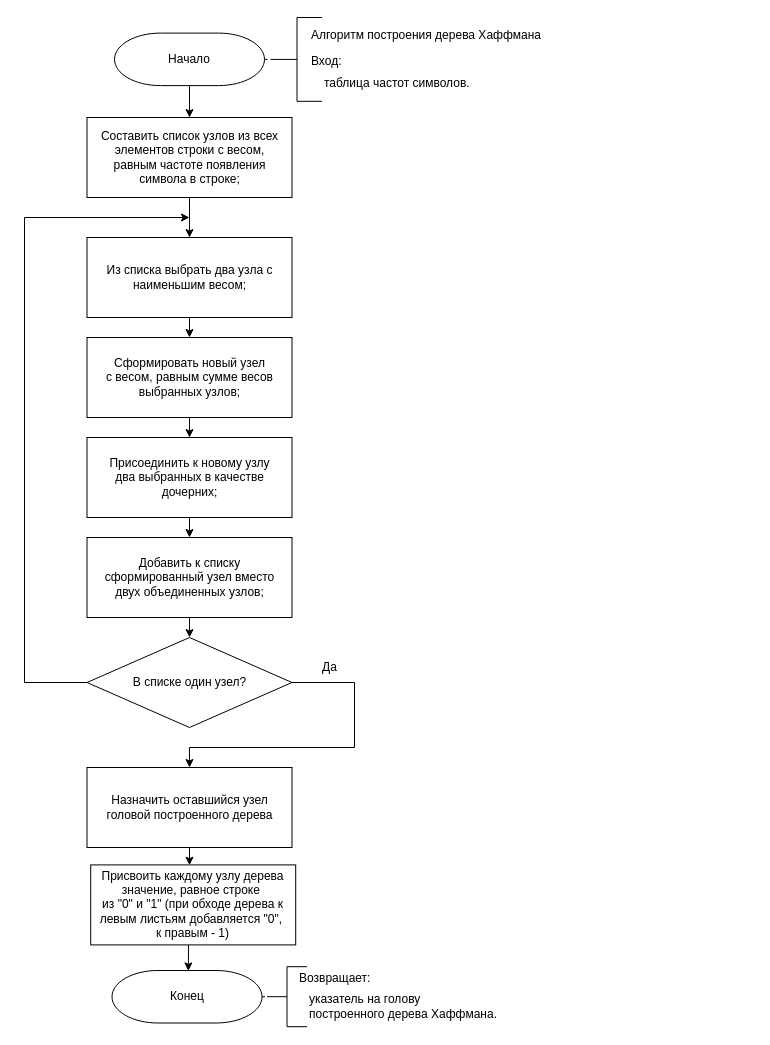
kovkir/bmstu-magistracy-diploma keeps this draw.io diagram as docs/schemes/tree.drawio. Above is the earlier version. Source tidied: cells renumbered, new cells numbered last; positions are measured from the earlier drawing's top-left corner, leaving out a move shared by most shapes. Both pictures are drawn from the tidied source at 100%, with x=0, y=0 at pixel (24, 17).
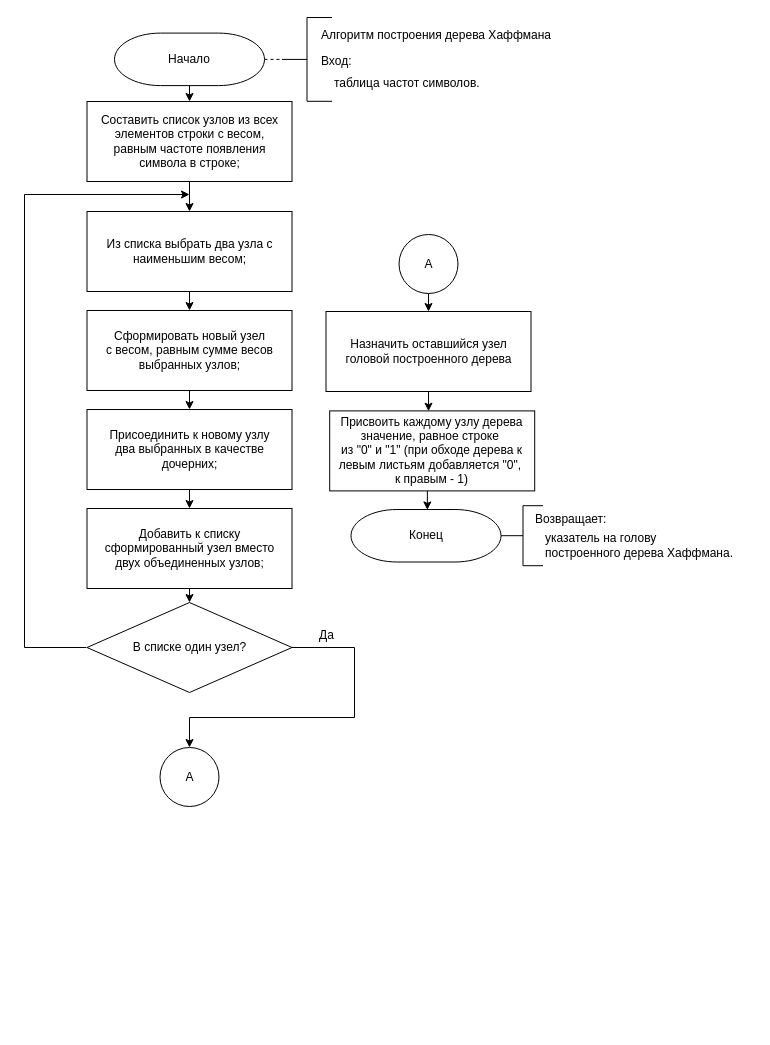
The same diagram, later.

Change to the diagram source:
```diff
@@
     <mxCell id="5" style="strokeWidth=1;html=1;shape=mxgraph.flowchart.annotation_2;align=left;labelPosition=right;strokeColor=default;fontSize=13;gradientColor=none;" parent="1" vertex="1">
-      <mxGeometry x="247.5" width="50" height="83.8" as="geometry" />
+      <mxGeometry x="257.5" width="50" height="83.8" as="geometry" />
     </mxCell>
     <mxCell id="6" value="&lt;span style=&quot;font-size: 12px;&quot;&gt;&lt;font style=&quot;color: rgb(0, 0, 0);&quot;&gt;Алгоритм построения дерева Хаффмана&lt;/font&gt;&lt;/span&gt;" style="text;html=1;align=left;verticalAlign=middle;strokeColor=none;fillColor=none;fontSize=13;strokeWidth=1;" parent="1" vertex="1">
-      <mxGeometry x="285" y="2.4" width="260" height="30" as="geometry" />
+      <mxGeometry x="295" y="2.4" width="260" height="30" as="geometry" />
     </mxCell>
     <mxCell id="7" value="Вход:" style="text;html=1;align=left;verticalAlign=middle;strokeColor=none;fillColor=none;fontSize=12;" parent="1" vertex="1">
-      <mxGeometry x="285" y="28.8" width="50" height="30" as="geometry" />
+      <mxGeometry x="295" y="28.8" width="50" height="30" as="geometry" />
     </mxCell>
     <mxCell id="8" value="таблица частот символов." style="text;html=1;align=left;verticalAlign=middle;strokeColor=none;fillColor=none;fontSize=12;" parent="1" vertex="1">
-      <mxGeometry x="297.5" y="51.3" width="170" height="30" as="geometry" />
+      <mxGeometry x="307.5" y="51.3" width="170" height="30" as="geometry" />
     </mxCell>
@@
     <mxCell id="10" value="Составить список узлов из всех элементов строки с весом, &lt;br&gt;равным частоте появления &lt;br&gt;символа в строке;" style="rounded=0;whiteSpace=wrap;html=1;strokeColor=default;strokeWidth=1;fontSize=12;gradientColor=none;" parent="1" vertex="1">
-      <mxGeometry x="62.5" y="100" width="205" height="80" as="geometry" />
+      <mxGeometry x="62.5" y="84" width="205" height="80" as="geometry" />
     </mxCell>
     <mxCell id="11" value="Конец" style="strokeWidth=1;html=1;shape=mxgraph.flowchart.terminator;whiteSpace=wrap;strokeColor=default;gradientColor=none;" parent="1" vertex="1">
-      <mxGeometry x="87.5" y="953" width="150" height="52.5" as="geometry" />
+      <mxGeometry x="326.5" y="492" width="150" height="52.5" as="geometry" />
     </mxCell>
@@
     <mxCell id="13" style="strokeWidth=1;html=1;shape=mxgraph.flowchart.annotation_2;align=left;labelPosition=right;strokeColor=default;fontSize=13;gradientColor=none;" parent="1" vertex="1">
-      <mxGeometry x="242.5" y="949.2" width="40" height="60" as="geometry" />
+      <mxGeometry x="478.5" y="488.2" width="40" height="60" as="geometry" />
     </mxCell>
     <mxCell id="14" value="Возвращает:" style="text;html=1;align=left;verticalAlign=middle;strokeColor=none;fillColor=none;fontSize=12;" parent="1" vertex="1">
-      <mxGeometry x="272.5" y="945.5" width="100" height="30" as="geometry" />
+      <mxGeometry x="508.5" y="486.5" width="100" height="30" as="geometry" />
     </mxCell>
     <mxCell id="15" value="указатель на голову&amp;nbsp;&lt;div&gt;&lt;font style=&quot;color: rgb(0, 0, 0);&quot;&gt;построенного дерева Хаффмана.&lt;/font&gt;&lt;/div&gt;" style="text;html=1;align=left;verticalAlign=middle;strokeColor=none;fillColor=none;fontSize=12;" parent="1" vertex="1">
-      <mxGeometry x="282.5" y="969.2" width="210" height="40" as="geometry" />
+      <mxGeometry x="518.5" y="508.2" width="210" height="40" as="geometry" />
     </mxCell>
@@
     <mxCell id="17" value="Из списка выбрать два узла с наименьшим весом;" style="rounded=0;whiteSpace=wrap;html=1;strokeColor=default;strokeWidth=1;fontSize=12;gradientColor=none;" parent="1" vertex="1">
-      <mxGeometry x="62.5" y="220" width="205" height="80" as="geometry" />
+      <mxGeometry x="62.5" y="194" width="205" height="80" as="geometry" />
     </mxCell>
@@
     <mxCell id="19" value="Сформировать новый узел &lt;br&gt;с весом, равным сумме весов выбранных узлов;" style="rounded=0;whiteSpace=wrap;html=1;strokeColor=default;strokeWidth=1;fontSize=12;gradientColor=none;" parent="1" vertex="1">
-      <mxGeometry x="62.5" y="320" width="205" height="80" as="geometry" />
+      <mxGeometry x="62.5" y="293" width="205" height="80" as="geometry" />
     </mxCell>
@@
     <mxCell id="21" value="Присоединить к новому узлу&lt;br&gt;два выбранных в качестве дочерних;" style="rounded=0;whiteSpace=wrap;html=1;strokeColor=default;strokeWidth=1;fontSize=12;gradientColor=none;" parent="1" vertex="1">
-      <mxGeometry x="62.5" y="420" width="205" height="80" as="geometry" />
+      <mxGeometry x="62.5" y="392" width="205" height="80" as="geometry" />
     </mxCell>
@@
     <mxCell id="23" value="Добавить к списку сформированный узел вместо &lt;br&gt;двух объединенных узлов;" style="rounded=0;whiteSpace=wrap;html=1;strokeColor=default;strokeWidth=1;fontSize=12;gradientColor=none;" parent="1" vertex="1">
-      <mxGeometry x="62.5" y="520" width="205" height="80" as="geometry" />
+      <mxGeometry x="62.5" y="491" width="205" height="80" as="geometry" />
     </mxCell>
-    <mxCell id="24" style="edgeStyle=orthogonalEdgeStyle;rounded=0;html=1;exitX=0;exitY=0.5;exitDx=0;exitDy=0;" parent="1" edge="1" source="26">
+    <mxCell id="24" style="edgeStyle=orthogonalEdgeStyle;rounded=0;html=1;" parent="1" edge="1">
       <mxGeometry relative="1" as="geometry">
-        <mxPoint x="165" y="200" as="targetPoint" />
+        <mxPoint x="62" y="630" as="sourcePoint" />
+        <mxPoint x="165" y="177" as="targetPoint" />
         <Array as="points">
-          <mxPoint y="665" />
-          <mxPoint y="200" />
+          <mxPoint x="62" y="630" />
+          <mxPoint y="630" />
+          <mxPoint y="177" />
         </Array>
       </mxGeometry>
     </mxCell>
-    <mxCell id="25" style="edgeStyle=orthogonalEdgeStyle;rounded=0;html=1;exitX=1;exitY=0.5;exitDx=0;exitDy=0;entryX=0.5;entryY=0;entryDx=0;entryDy=0;" parent="1" edge="1" source="26" target="28">
+    <mxCell id="25" style="edgeStyle=orthogonalEdgeStyle;rounded=0;html=1;exitX=1;exitY=0.5;exitDx=0;exitDy=0;entryX=0.5;entryY=0;entryDx=0;entryDy=0;" parent="1" edge="1" source="26" target="32">
       <mxGeometry relative="1" as="geometry">
         <Array as="points">
-          <mxPoint x="330" y="665" />
-          <mxPoint x="330" y="730" />
-          <mxPoint x="165" y="730" />
+          <mxPoint x="330" y="630" />
+          <mxPoint x="330" y="700" />
+          <mxPoint x="165" y="700" />
         </Array>
       </mxGeometry>
     </mxCell>
     <mxCell id="26" value="&lt;font style=&quot;color: rgb(0, 0, 0);&quot;&gt;В списке один узел?&lt;/font&gt;" style="rhombus;whiteSpace=wrap;html=1;" parent="1" vertex="1">
-      <mxGeometry x="62.5" y="620" width="205" height="90" as="geometry" />
+      <mxGeometry x="62.5" y="585" width="205" height="90" as="geometry" />
     </mxCell>
     <mxCell id="27" style="edgeStyle=orthogonalEdgeStyle;rounded=0;html=1;exitX=0.477;exitY=1.002;exitDx=0;exitDy=0;entryX=0.509;entryY=0.008;entryDx=0;entryDy=0;entryPerimeter=0;exitPerimeter=0;" parent="1" edge="1" source="30" target="11">
       <mxGeometry relative="1" as="geometry">
         <Array as="points">
-          <mxPoint x="163.5" y="923.6" />
-          <mxPoint x="163.5" y="923.6" />
+          <mxPoint x="403" y="493" />
         </Array>
       </mxGeometry>
     </mxCell>
     <mxCell id="28" value="Назначить оставшийся узел головой построенного дерева" style="rounded=0;whiteSpace=wrap;html=1;strokeColor=default;strokeWidth=1;fontSize=12;gradientColor=none;" parent="1" vertex="1">
-      <mxGeometry x="62.5" y="750" width="205" height="80" as="geometry" />
+      <mxGeometry x="301.5" y="294" width="205" height="80" as="geometry" />
     </mxCell>
     <mxCell id="29" value="Да" style="text;html=1;align=center;verticalAlign=middle;strokeColor=none;fillColor=none;" parent="1" vertex="1">
-      <mxGeometry x="285" y="635" width="40" height="30" as="geometry" />
+      <mxGeometry x="281.5" y="602.9" width="40" height="30" as="geometry" />
     </mxCell>
     <mxCell id="30" value="Присвоить каждому узлу дерева значение, равное строке&amp;nbsp;&lt;div&gt;&lt;font&gt;&lt;font&gt;&lt;font style=&quot;color: rgb(0, 0, 0);&quot;&gt;из &quot;0&quot; и &quot;1&quot;&amp;nbsp;&lt;/font&gt;&lt;span style=&quot;background-color: transparent;&quot;&gt;&lt;font style=&quot;color: rgb(0, 0, 0);&quot;&gt;(при обходе дерева&amp;nbsp;&lt;/font&gt;&lt;/span&gt;&lt;span style=&quot;background-color: transparent;&quot;&gt;&lt;font style=&quot;color: rgb(0, 0, 0);&quot;&gt;к левым листьям&amp;nbsp;&lt;/font&gt;&lt;/span&gt;&lt;/font&gt;&lt;span style=&quot;background-color: transparent;&quot;&gt;&lt;font style=&quot;color: rgb(0, 0, 0);&quot;&gt;добавляется &quot;0&quot;,&amp;nbsp;&lt;/font&gt;&lt;/span&gt;&lt;/font&gt;&lt;div&gt;&lt;span style=&quot;background-color: transparent;&quot;&gt;&lt;font style=&quot;color: rgb(0, 0, 0);&quot;&gt;к правым - 1)&lt;/font&gt;&lt;/span&gt;&lt;/div&gt;&lt;/div&gt;" style="rounded=0;whiteSpace=wrap;html=1;strokeColor=default;strokeWidth=1;fontSize=12;gradientColor=none;" parent="1" vertex="1">
-      <mxGeometry x="66.2" y="847.4" width="205" height="80" as="geometry" />
+      <mxGeometry x="305.2" y="393.4" width="205" height="80" as="geometry" />
     </mxCell>
@@
+    <mxCell id="32" value="А" style="ellipse;whiteSpace=wrap;html=1;" parent="1" vertex="1">
+      <mxGeometry x="135.5" y="730" width="59" height="59" as="geometry" />
+    </mxCell>
+    <mxCell id="33" style="edgeStyle=none;html=1;exitX=0.5;exitY=1;exitDx=0;exitDy=0;entryX=0.5;entryY=0;entryDx=0;entryDy=0;" parent="1" edge="1" source="34" target="28">
+      <mxGeometry relative="1" as="geometry" />
+    </mxCell>
+    <mxCell id="34" value="А" style="ellipse;whiteSpace=wrap;html=1;" parent="1" vertex="1">
+      <mxGeometry x="374.5" y="217" width="59" height="59" as="geometry" />
+    </mxCell>
```
